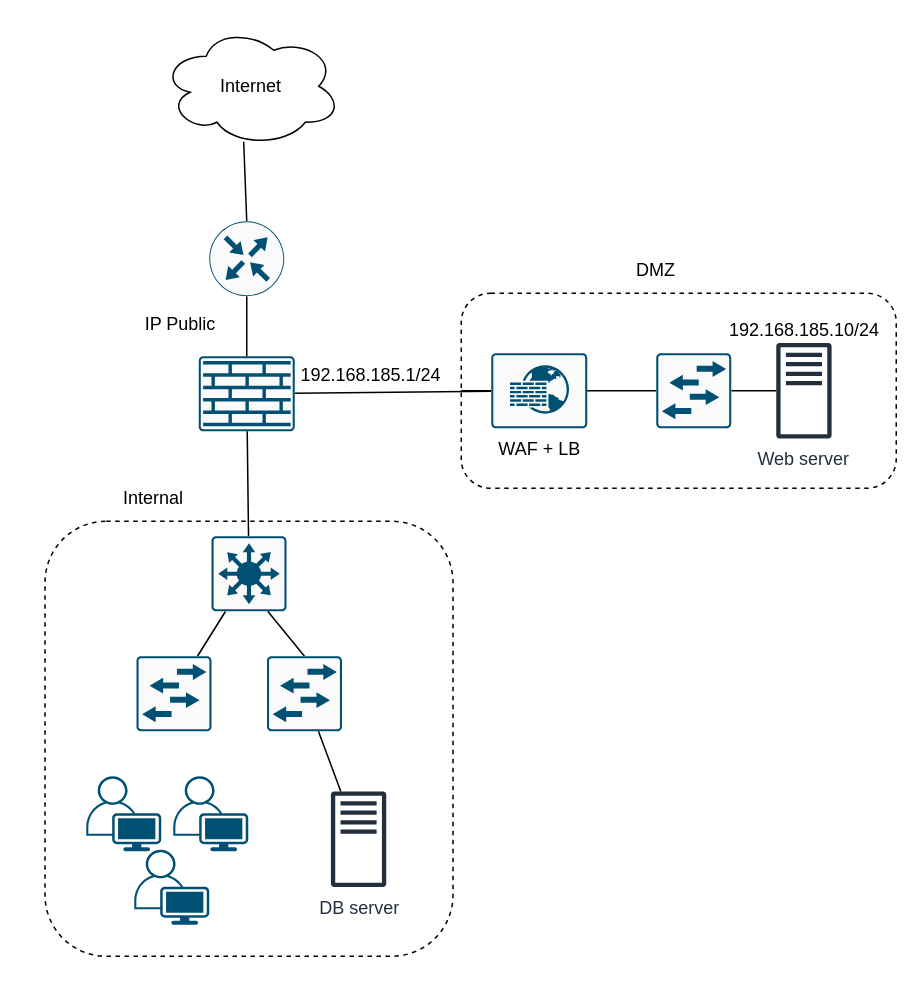
subkhanave/small-project-1 keeps this draw.io diagram as Topology.drawio. Above is the earlier version. Source tidied: cells renumbered, new cells numbered last; positions are measured from the earlier drawing's top-left corner, leaving out a move shared by most shapes. Both pictures are drawn from the tidied source at 150%, with x=0, y=0 at pixel (44, 26).
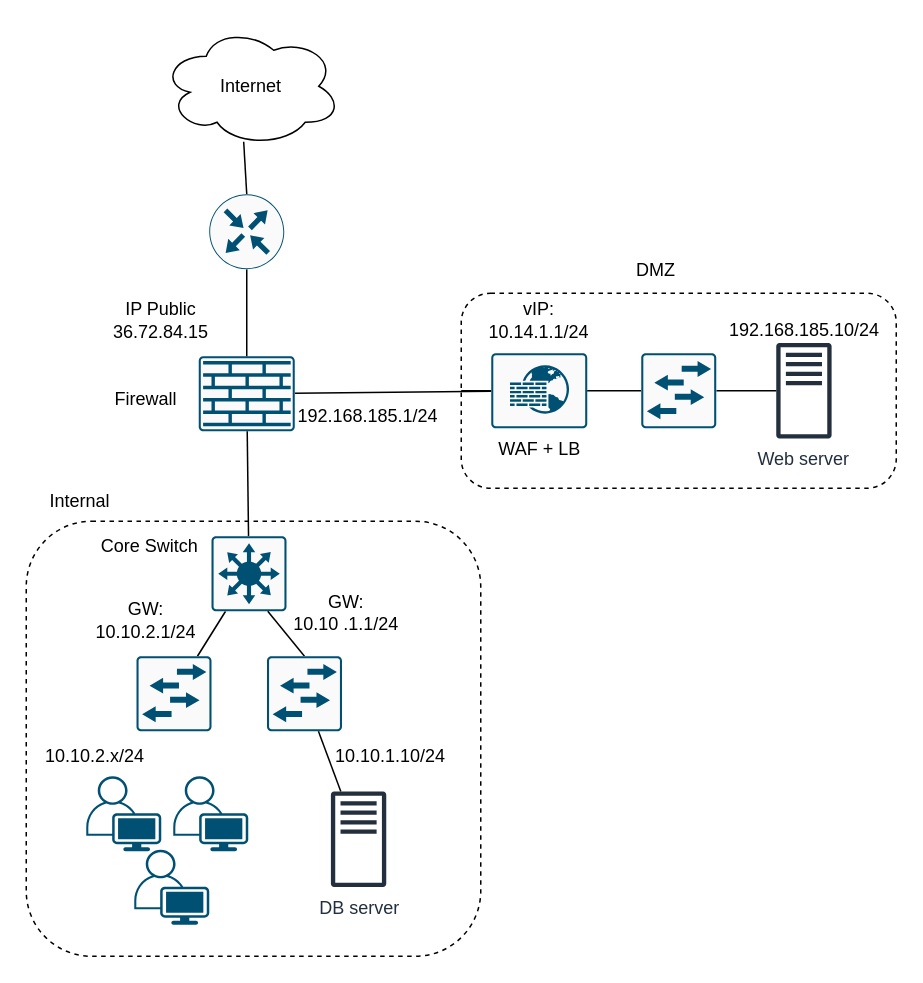
The same page after the edit.

Change to the diagram source:
```diff
@@
     <mxCell id="2" style="rounded=1;whiteSpace=wrap;html=1;fillColor=none;dashed=1;" parent="1" vertex="1">
-      <mxGeometry x="0.5" y="330" width="272" height="290" as="geometry" />
+      <mxGeometry x="-12" y="330" width="303" height="290" as="geometry" />
     </mxCell>
@@
     <mxCell id="20" style="sketch=0;points=[[0.5,0,0],[1,0.5,0],[0.5,1,0],[0,0.5,0],[0.145,0.145,0],[0.8555,0.145,0],[0.855,0.8555,0],[0.145,0.855,0]];verticalLabelPosition=bottom;html=1;verticalAlign=top;align=center;shape=mxgraph.cisco19.rect;prIcon=router;fillColor=#FAFAFA;strokeColor=#005073;" parent="1" vertex="1">
-      <mxGeometry x="110" y="130" width="50" height="50" as="geometry" />
+      <mxGeometry x="110" y="112" width="50" height="50" as="geometry" />
     </mxCell>
@@
     <mxCell id="24" style="sketch=0;points=[[0.015,0.015,0],[0.985,0.015,0],[0.985,0.985,0],[0.015,0.985,0],[0.25,0,0],[0.5,0,0],[0.75,0,0],[1,0.25,0],[1,0.5,0],[1,0.75,0],[0.75,1,0],[0.5,1,0],[0.25,1,0],[0,0.75,0],[0,0.5,0],[0,0.25,0]];verticalLabelPosition=bottom;html=1;verticalAlign=top;align=center;shape=mxgraph.cisco19.rect;prIcon=l2_switch;fillColor=#FAFAFA;strokeColor=#005073;" parent="1" vertex="1">
-      <mxGeometry x="408" y="218" width="50" height="50" as="geometry" />
+      <mxGeometry x="398" y="218" width="50" height="50" as="geometry" />
     </mxCell>
@@
     <mxCell id="28" value="Internal" style="text;html=1;strokeColor=none;fillColor=none;align=center;verticalAlign=middle;whiteSpace=wrap;rounded=0;dashed=1;" parent="1" vertex="1">
-      <mxGeometry x="43" y="300" width="60" height="30" as="geometry" />
+      <mxGeometry x="-6" y="302" width="60" height="30" as="geometry" />
     </mxCell>
@@
     <mxCell id="30" value="192.168.185.1/24" style="text;html=1;strokeColor=none;fillColor=none;align=center;verticalAlign=middle;whiteSpace=wrap;rounded=0;" parent="1" vertex="1">
-      <mxGeometry x="178" y="218" width="80" height="30" as="geometry" />
+      <mxGeometry x="176" y="245" width="80" height="30" as="geometry" />
     </mxCell>
-    <mxCell id="31" value="IP Public" style="text;html=1;strokeColor=none;fillColor=none;align=center;verticalAlign=middle;whiteSpace=wrap;rounded=0;" parent="1" vertex="1">
-      <mxGeometry x="51" y="184" width="80" height="30" as="geometry" />
+    <mxCell id="31" value="IP Public&lt;br&gt;36.72.84.15" style="text;html=1;strokeColor=none;fillColor=none;align=center;verticalAlign=middle;whiteSpace=wrap;rounded=0;" parent="1" vertex="1">
+      <mxGeometry x="38" y="181" width="80" height="30" as="geometry" />
     </mxCell>
+    <mxCell id="32" value="GW: &lt;br&gt;10.10 .1.1/24" style="text;html=1;strokeColor=none;fillColor=none;align=center;verticalAlign=middle;whiteSpace=wrap;rounded=0;" parent="1" vertex="1">
+      <mxGeometry x="161.5" y="376" width="79" height="30" as="geometry" />
+    </mxCell>
+    <mxCell id="33" value="10.10.1.10/24" style="text;html=1;strokeColor=none;fillColor=none;align=center;verticalAlign=middle;whiteSpace=wrap;rounded=0;" parent="1" vertex="1">
+      <mxGeometry x="191.1" y="472" width="80" height="30" as="geometry" />
+    </mxCell>
+    <mxCell id="34" value="GW: 10.10.2.1/24" style="text;html=1;strokeColor=none;fillColor=none;align=center;verticalAlign=middle;whiteSpace=wrap;rounded=0;" parent="1" vertex="1">
+      <mxGeometry x="28" y="381" width="80" height="30" as="geometry" />
+    </mxCell>
+    <mxCell id="35" value="10.10.2.x/24" style="text;html=1;strokeColor=none;fillColor=none;align=center;verticalAlign=middle;whiteSpace=wrap;rounded=0;" parent="1" vertex="1">
+      <mxGeometry x="-6" y="472" width="80" height="30" as="geometry" />
+    </mxCell>
+    <mxCell id="36" value="vIP: 10.14.1.1/24" style="text;html=1;strokeColor=none;fillColor=none;align=center;verticalAlign=middle;whiteSpace=wrap;rounded=0;" parent="1" vertex="1">
+      <mxGeometry x="290" y="181" width="80" height="30" as="geometry" />
+    </mxCell>
+    <mxCell id="37" value="Firewall" style="text;html=1;strokeColor=none;fillColor=none;align=center;verticalAlign=middle;whiteSpace=wrap;rounded=0;" parent="1" vertex="1">
+      <mxGeometry x="38" y="234" width="60" height="30" as="geometry" />
+    </mxCell>
+    <mxCell id="38" value="Core Switch" style="text;html=1;strokeColor=none;fillColor=none;align=center;verticalAlign=middle;whiteSpace=wrap;rounded=0;" parent="1" vertex="1">
+      <mxGeometry x="33" y="332" width="75" height="30" as="geometry" />
+    </mxCell>
```
